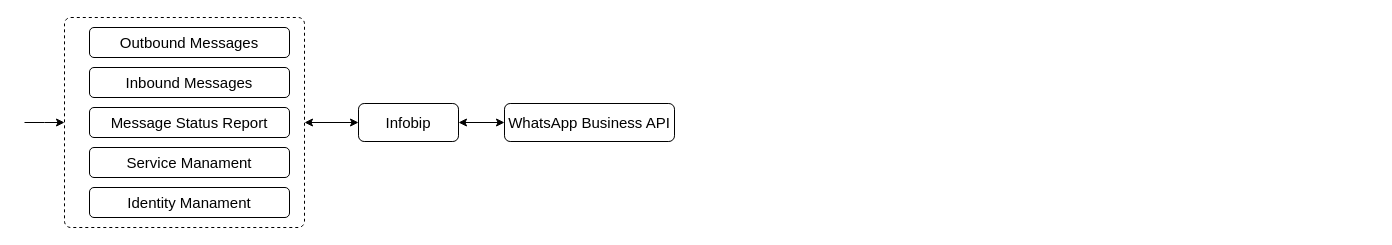
zhangzhuzi/draw.io keeps this draw.io diagram as page "infobip sdk" (14 of 20) of Untitled Diagram.drawio. Above is the earlier version. Source tidied: cells renumbered, new cells numbered last; positions are measured from the earlier drawing's top-left corner, leaving out a move shared by most shapes. Both pictures are drawn from the tidied source at 100%, with x=0, y=0 at pixel (24, 17).
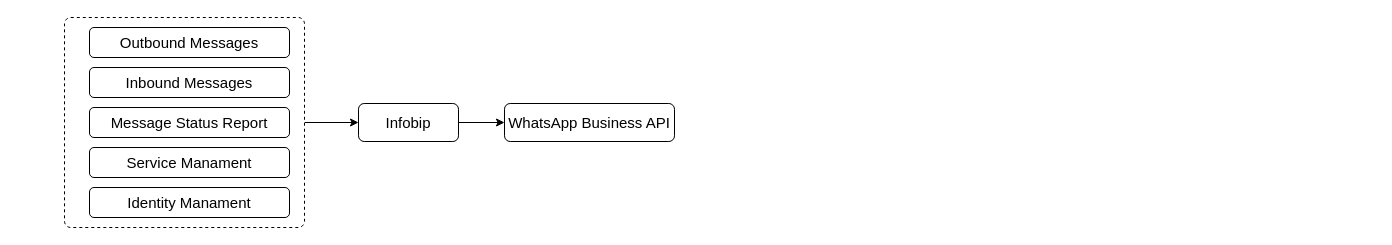
The same page after the edit.

Diff of the diagram source:
```diff
@@
 <mxGraphModel>
   <root>
     <mxCell id="0" />
     <mxCell id="1" parent="0" />
     <mxCell id="2" value="&lt;div data-processon-v=&quot;{&amp;quot;list&amp;quot;:[{&amp;quot;parent&amp;quot;:&amp;quot;&amp;quot;,&amp;quot;link&amp;quot;:&amp;quot;&amp;quot;,&amp;quot;shapeStyle&amp;quot;:{&amp;quot;alpha&amp;quot;:1},&amp;quot;textBlock&amp;quot;:[{&amp;quot;position&amp;quot;:{&amp;quot;w&amp;quot;:&amp;quot;w&amp;quot;,&amp;quot;x&amp;quot;:0,&amp;quot;h&amp;quot;:&amp;quot;h&amp;quot;,&amp;quot;y&amp;quot;:0},&amp;quot;text&amp;quot;:&amp;quot;模板服务&amp;quot;}],&amp;quot;anchors&amp;quot;:[],&amp;quot;title&amp;quot;:&amp;quot;&amp;quot;,&amp;quot;fontStyle&amp;quot;:{&amp;quot;size&amp;quot;:13,&amp;quot;textAlign&amp;quot;:&amp;quot;center&amp;quot;,&amp;quot;bold&amp;quot;:true,&amp;quot;vAlign&amp;quot;:&amp;quot;middle&amp;quot;},&amp;quot;dataAttributes&amp;quot;:[],&amp;quot;props&amp;quot;:{&amp;quot;zindex&amp;quot;:5,&amp;quot;w&amp;quot;:80.41029919047014,&amp;quot;x&amp;quot;:936.5453854734463,&amp;quot;h&amp;quot;:41.144474771802834,&amp;quot;y&amp;quot;:328.02993776980685,&amp;quot;angle&amp;quot;:0},&amp;quot;path&amp;quot;:[{&amp;quot;lineStyle&amp;quot;:{&amp;quot;lineWidth&amp;quot;:0},&amp;quot;fillStyle&amp;quot;:{&amp;quot;type&amp;quot;:&amp;quot;none&amp;quot;},&amp;quot;actions&amp;quot;:[{&amp;quot;x&amp;quot;:&amp;quot;0&amp;quot;,&amp;quot;action&amp;quot;:&amp;quot;move&amp;quot;,&amp;quot;y&amp;quot;:&amp;quot;0&amp;quot;},{&amp;quot;x&amp;quot;:&amp;quot;w&amp;quot;,&amp;quot;action&amp;quot;:&amp;quot;line&amp;quot;,&amp;quot;y&amp;quot;:&amp;quot;0&amp;quot;},{&amp;quot;x&amp;quot;:&amp;quot;w&amp;quot;,&amp;quot;action&amp;quot;:&amp;quot;line&amp;quot;,&amp;quot;y&amp;quot;:&amp;quot;h&amp;quot;},{&amp;quot;x&amp;quot;:&amp;quot;0&amp;quot;,&amp;quot;action&amp;quot;:&amp;quot;line&amp;quot;,&amp;quot;y&amp;quot;:&amp;quot;h&amp;quot;},{&amp;quot;action&amp;quot;:&amp;quot;close&amp;quot;}]}],&amp;quot;lineStyle&amp;quot;:{},&amp;quot;children&amp;quot;:[],&amp;quot;resizeDir&amp;quot;:[&amp;quot;tl&amp;quot;,&amp;quot;tr&amp;quot;,&amp;quot;br&amp;quot;,&amp;quot;bl&amp;quot;],&amp;quot;name&amp;quot;:&amp;quot;standardText&amp;quot;,&amp;quot;fillStyle&amp;quot;:{&amp;quot;imageW&amp;quot;:100,&amp;quot;display&amp;quot;:&amp;quot;stretch&amp;quot;,&amp;quot;imageH&amp;quot;:100,&amp;quot;type&amp;quot;:&amp;quot;image&amp;quot;,&amp;quot;fileId&amp;quot;:&amp;quot;https://iconsapi.com/5ee26557e4b0b788a93313c3.svg&amp;quot;},&amp;quot;theme&amp;quot;:{},&amp;quot;id&amp;quot;:&amp;quot;CPvSXAqJWv829286&amp;quot;,&amp;quot;attribute&amp;quot;:{&amp;quot;container&amp;quot;:false,&amp;quot;rotatable&amp;quot;:true,&amp;quot;visible&amp;quot;:true,&amp;quot;collapsable&amp;quot;:false,&amp;quot;collapsed&amp;quot;:false,&amp;quot;linkable&amp;quot;:false,&amp;quot;markerOffset&amp;quot;:5},&amp;quot;category&amp;quot;:&amp;quot;standard&amp;quot;,&amp;quot;locked&amp;quot;:false,&amp;quot;group&amp;quot;:&amp;quot;&amp;quot;}],&amp;quot;client&amp;quot;:&amp;quot;1677687890839twrvjlNIDu877034&amp;quot;}&quot; data-t=&quot;flow&quot;&gt; &lt;/div&gt;" style="text;whiteSpace=wrap;html=1;fontSize=14;fontColor=#f42525;" parent="1" vertex="1">
       <mxGeometry x="1320" y="190" width="30" height="20" as="geometry" />
     </mxCell>
-    <mxCell id="3" style="edgeStyle=orthogonalEdgeStyle;rounded=0;jettySize=auto;html=1;fontSize=14;startArrow=classic;startFill=1;" parent="1" edge="1" source="5" target="12">
+    <mxCell id="3" style="edgeStyle=orthogonalEdgeStyle;rounded=0;jettySize=auto;html=1;fontSize=14;startArrow=none;startFill=0;" parent="1" edge="1" source="5" target="12">
       <mxGeometry relative="1" as="geometry" />
     </mxCell>
-    <mxCell id="4" style="edgeStyle=orthogonalEdgeStyle;rounded=0;jettySize=auto;html=1;endArrow=none;endFill=0;startArrow=classic;startFill=1;" parent="1" edge="1" source="5">
-      <mxGeometry relative="1" as="geometry">
-        <mxPoint y="105" as="targetPoint" />
-      </mxGeometry>
-    </mxCell>
     <mxCell id="5" style="rounded=1;whiteSpace=wrap;html=1;labelBackgroundColor=none;fontSize=15;arcSize=3;dashed=1;" parent="1" vertex="1">
       <mxGeometry x="40" width="240" height="210" as="geometry" />
     </mxCell>
     <mxCell id="6" value="&lt;font style=&quot;font-size: 15px;&quot;&gt;Outbound Messages&lt;/font&gt;" style="rounded=1;whiteSpace=wrap;html=1;" parent="1" vertex="1">
       <mxGeometry x="65" y="10" width="200" height="30" as="geometry" />
     </mxCell>
     <mxCell id="7" value="&lt;font style=&quot;font-size: 15px;&quot;&gt;Inbound Messages&lt;/font&gt;" style="rounded=1;whiteSpace=wrap;html=1;" parent="1" vertex="1">
       <mxGeometry x="65" y="50" width="200" height="30" as="geometry" />
     </mxCell>
     <mxCell id="8" value="&lt;font style=&quot;font-size: 15px;&quot;&gt;Message Status Report&lt;/font&gt;" style="rounded=1;whiteSpace=wrap;html=1;" parent="1" vertex="1">
       <mxGeometry x="65" y="90" width="200" height="30" as="geometry" />
     </mxCell>
     <mxCell id="9" value="&lt;font style=&quot;font-size: 15px;&quot;&gt;Identity Manament&lt;/font&gt;" style="rounded=1;whiteSpace=wrap;html=1;" parent="1" vertex="1">
       <mxGeometry x="65" y="170" width="200" height="30" as="geometry" />
     </mxCell>
     <mxCell id="10" value="&lt;font style=&quot;font-size: 15px;&quot;&gt;Service Manament&lt;/font&gt;" style="rounded=1;whiteSpace=wrap;html=1;" parent="1" vertex="1">
       <mxGeometry x="65" y="130" width="200" height="30" as="geometry" />
     </mxCell>
-    <mxCell id="11" style="edgeStyle=orthogonalEdgeStyle;rounded=0;jettySize=auto;html=1;entryX=0;entryY=0.5;entryDx=0;entryDy=0;fontSize=14;startArrow=classic;startFill=1;" parent="1" edge="1" source="12" target="13">
+    <mxCell id="11" style="edgeStyle=orthogonalEdgeStyle;rounded=0;jettySize=auto;html=1;entryX=0;entryY=0.5;entryDx=0;entryDy=0;fontSize=14;startArrow=none;startFill=0;" parent="1" edge="1" source="12" target="13">
       <mxGeometry relative="1" as="geometry" />
     </mxCell>
     <mxCell id="12" value="&lt;font style=&quot;font-size: 15px;&quot;&gt;Infobip&lt;/font&gt;" style="rounded=1;whiteSpace=wrap;html=1;" parent="1" vertex="1">
       <mxGeometry x="334" y="86" width="100" height="38" as="geometry" />
     </mxCell>
     <mxCell id="13" value="&lt;font style=&quot;font-size: 15px;&quot;&gt;WhatsApp Business API&lt;/font&gt;" style="rounded=1;whiteSpace=wrap;html=1;" parent="1" vertex="1">
       <mxGeometry x="480" y="86" width="170" height="38" as="geometry" />
     </mxCell>
   </root>
 </mxGraphModel>
```
